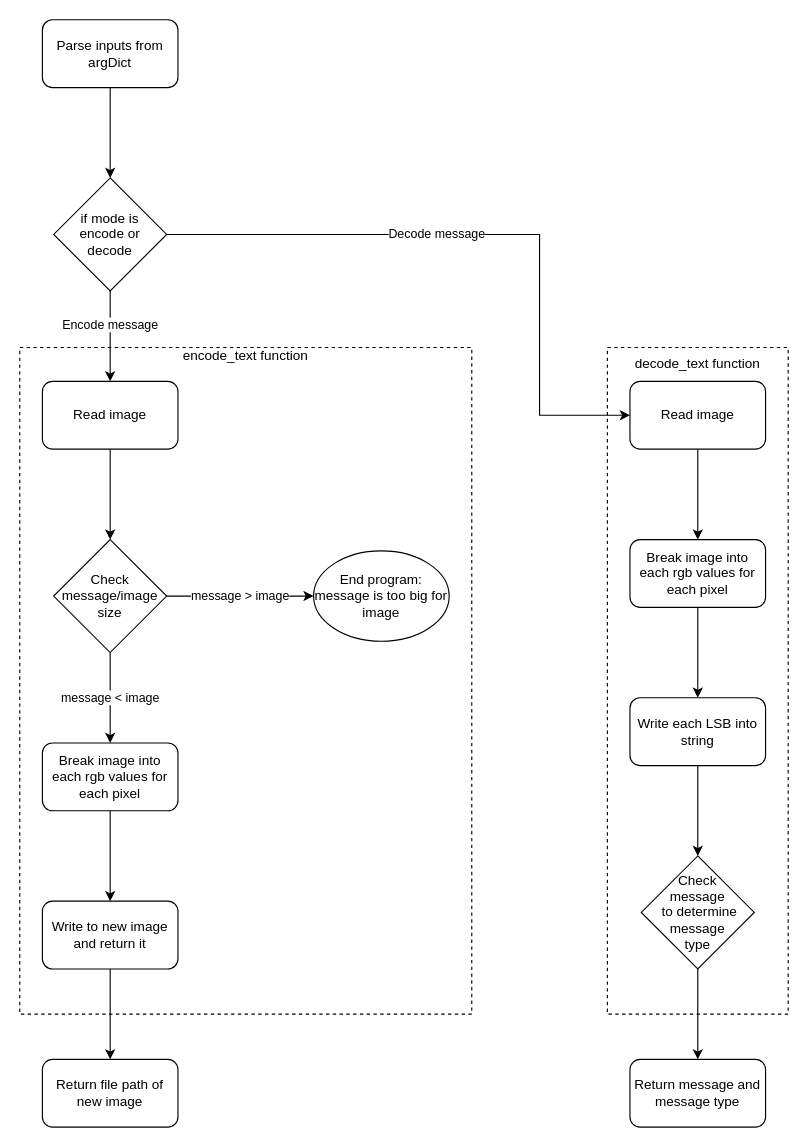
Above: steganography.drawio in benkocik/Colorful-Garbage (draw.io), before the change. Source tidied: cells renumbered, new cells numbered last; positions are measured from the earlier drawing's top-left corner, leaving out a move shared by most shapes. Both pictures are drawn from the tidied source at 113%, with x=0, y=0 at pixel (19, 19).
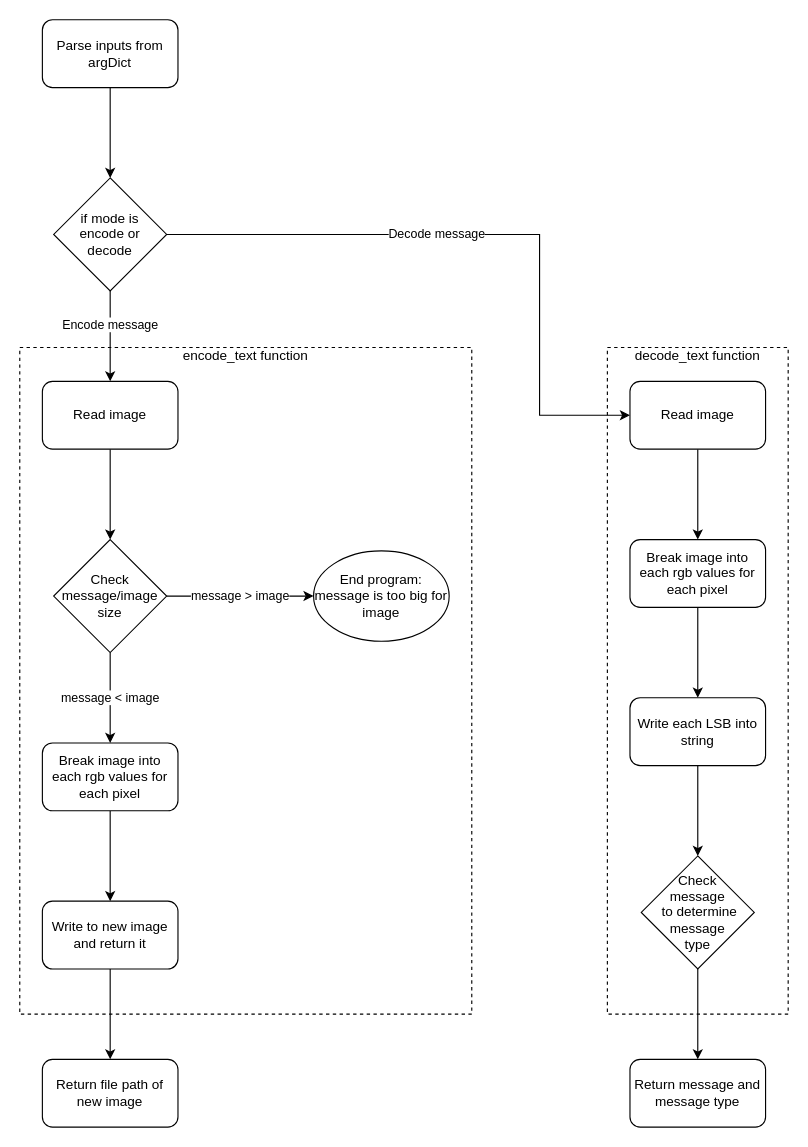
Above is the later version.

Diff of the diagram source:
```diff
@@
-    <mxCell id="2" value="decode_text function&lt;br&gt;&lt;br&gt;&lt;br&gt;&lt;br&gt;&lt;br&gt;&lt;br&gt;&lt;br&gt;&lt;br&gt;&lt;br&gt;&lt;br&gt;&lt;br&gt;&lt;br&gt;&lt;br&gt;&lt;br&gt;&lt;br&gt;&lt;br&gt;&lt;br&gt;&lt;br&gt;&lt;br&gt;&lt;br&gt;&lt;br&gt;&lt;br&gt;&lt;br&gt;&lt;br&gt;&lt;br&gt;&lt;br&gt;&lt;br&gt;&lt;br&gt;&lt;br&gt;&lt;br&gt;&lt;br&gt;&lt;br&gt;&lt;br&gt;&lt;br&gt;&lt;br&gt;&lt;br&gt;&lt;br&gt;&lt;br&gt;&lt;br&gt;&lt;br&gt;" style="rounded=0;whiteSpace=wrap;html=1;dashed=1;" parent="1" vertex="1">
+    <mxCell id="2" value="decode_text function&lt;br&gt;&lt;br&gt;&lt;br&gt;&lt;br&gt;&lt;br&gt;&lt;br&gt;&lt;br&gt;&lt;br&gt;&lt;br&gt;&lt;br&gt;&lt;br&gt;&lt;br&gt;&lt;br&gt;&lt;br&gt;&lt;br&gt;&lt;br&gt;&lt;br&gt;&lt;br&gt;&lt;br&gt;&lt;br&gt;&lt;br&gt;&lt;br&gt;&lt;br&gt;&lt;br&gt;&lt;br&gt;&lt;br&gt;&lt;br&gt;&lt;br&gt;&lt;br&gt;&lt;br&gt;&lt;br&gt;&lt;br&gt;&lt;br&gt;&lt;br&gt;&lt;br&gt;&lt;br&gt;&lt;br&gt;&lt;br&gt;&lt;br&gt;&lt;br&gt;&lt;br&gt;" style="rounded=0;whiteSpace=wrap;html=1;dashed=1;" parent="1" vertex="1">
       <mxGeometry x="520" y="290" width="160" height="590" as="geometry" />
     </mxCell>
```
